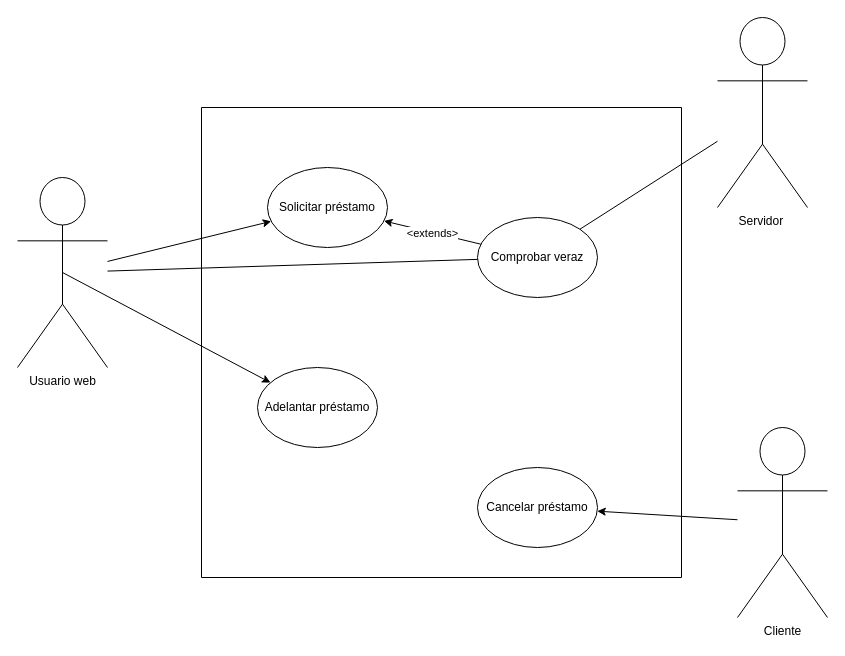
The draw.io diagram Practicas/Práctica 3/Préstamos personales/tp3_7.drawio in ssofiaavila/Ingenieria-de-software-1-Informatica--UNLP, before the edit. Source tidied: cells renumbered, new cells numbered last; positions are measured from the earlier drawing's top-left corner, leaving out a move shared by most shapes. Both pictures are drawn from the tidied source at 100%, with x=0, y=0 at pixel (17, 17).
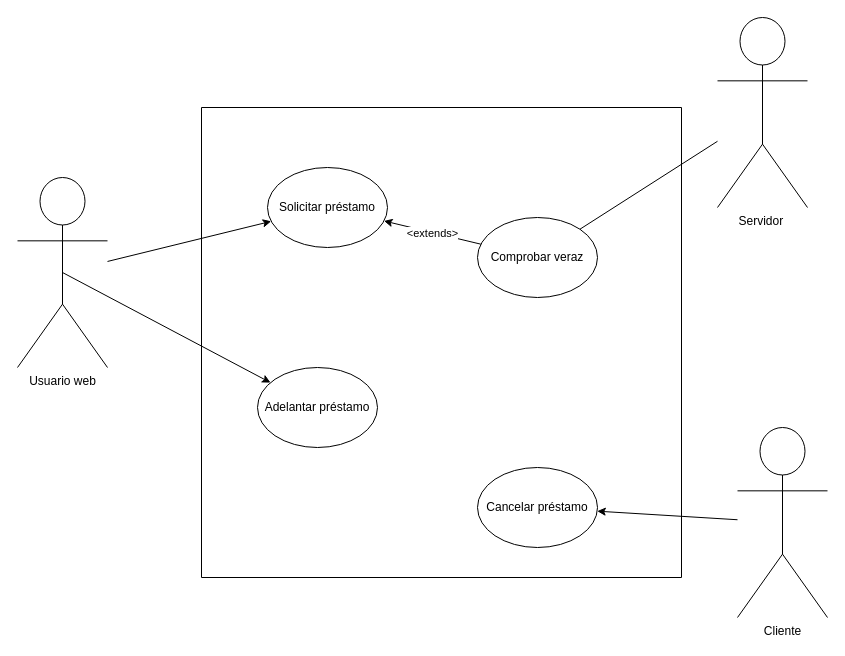
Above is the later version.

Diff of the diagram source:
```diff
@@
 <mxGraphModel>
   <root>
     <mxCell id="0" />
     <mxCell id="1" parent="0" />
     <mxCell id="2" style="swimlane;startSize=0;" parent="1" vertex="1">
       <mxGeometry x="184" y="90" width="480" height="470" as="geometry" />
     </mxCell>
     <mxCell id="3" value="Solicitar préstamo" style="ellipse;whiteSpace=wrap;html=1;" parent="2" vertex="1">
       <mxGeometry x="66" y="60" width="120" height="80" as="geometry" />
     </mxCell>
     <mxCell id="4" value="Comprobar veraz" style="ellipse;whiteSpace=wrap;html=1;" parent="2" vertex="1">
       <mxGeometry x="276" y="110" width="120" height="80" as="geometry" />
     </mxCell>
     <mxCell id="5" value="Cancelar préstamo" style="ellipse;whiteSpace=wrap;html=1;" parent="2" vertex="1">
       <mxGeometry x="276" y="360" width="120" height="80" as="geometry" />
     </mxCell>
     <mxCell id="6" value="Adelantar préstamo" style="ellipse;whiteSpace=wrap;html=1;" parent="2" vertex="1">
       <mxGeometry x="56" y="260" width="120" height="80" as="geometry" />
     </mxCell>
     <mxCell id="7" style="endArrow=classic;html=1;rounded=0;" parent="2" edge="1" source="4" target="3">
       <mxGeometry relative="1" as="geometry" />
     </mxCell>
     <mxCell id="8" value="&amp;lt;extends&amp;gt;" style="edgeLabel;html=1;align=center;verticalAlign=middle;" parent="7" vertex="1">
       <mxGeometry relative="1" as="geometry" />
     </mxCell>
     <mxCell id="9" value="Usuario web" style="shape=umlActor;verticalLabelPosition=bottom;verticalAlign=top;html=1;outlineConnect=0;" parent="1" vertex="1">
       <mxGeometry y="160" width="90" height="190" as="geometry" />
     </mxCell>
     <mxCell id="10" value="Servidor&amp;nbsp;" style="shape=umlActor;verticalLabelPosition=bottom;verticalAlign=top;html=1;outlineConnect=0;" parent="1" vertex="1">
       <mxGeometry x="700" width="90" height="190" as="geometry" />
     </mxCell>
     <mxCell id="11" value="Cliente" style="shape=umlActor;verticalLabelPosition=bottom;verticalAlign=top;html=1;outlineConnect=0;" parent="1" vertex="1">
       <mxGeometry x="720" y="410" width="90" height="190" as="geometry" />
     </mxCell>
     <mxCell id="12" style="endArrow=classic;html=1;rounded=0;" parent="1" edge="1" source="9" target="3">
       <mxGeometry relative="1" as="geometry" />
     </mxCell>
     <mxCell id="13" style="endArrow=classic;html=1;rounded=0;exitX=0.5;exitY=0.5;exitDx=0;exitDy=0;exitPerimeter=0;" parent="1" edge="1" source="9" target="6">
       <mxGeometry relative="1" as="geometry" />
     </mxCell>
     <mxCell id="14" style="endArrow=none;html=1;rounded=0;exitX=1;exitY=0;exitDx=0;exitDy=0;" parent="1" edge="1" source="4" target="10">
       <mxGeometry relative="1" as="geometry" />
     </mxCell>
-    <mxCell id="15" style="endArrow=none;html=1;rounded=0;" parent="1" edge="1" source="9" target="4">
-      <mxGeometry relative="1" as="geometry" />
-    </mxCell>
     <mxCell id="16" style="endArrow=classic;html=1;rounded=0;" parent="1" edge="1" source="11" target="5">
       <mxGeometry relative="1" as="geometry" />
     </mxCell>
   </root>
 </mxGraphModel>
```
